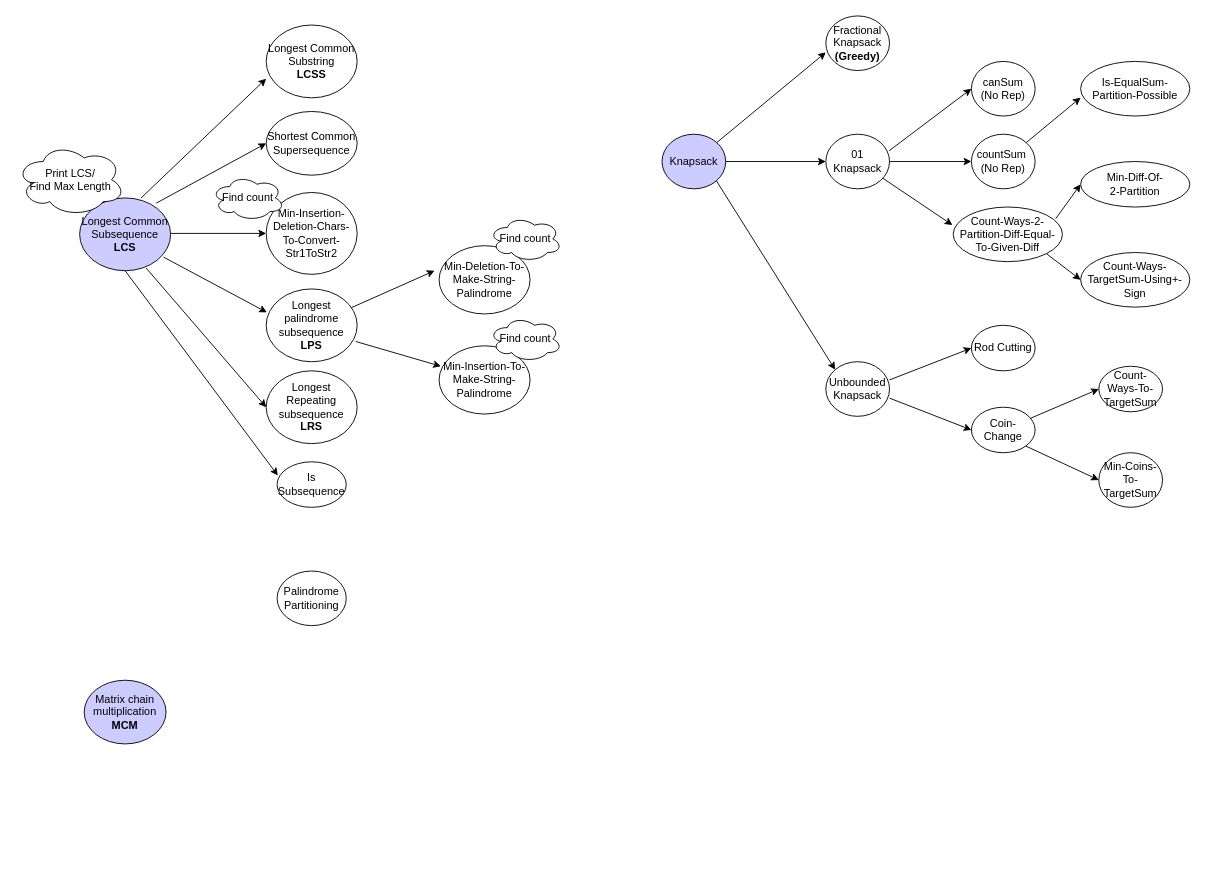
The draw.io diagram resources/dp/DPProblems.drawio in pintub/dataStructure-algo, before the edit. Source tidied: cells renumbered, new cells numbered last; positions are measured from the earlier drawing's top-left corner, leaving out a move shared by most shapes. Both pictures are drawn from the tidied source at 91%, with x=0, y=0 at pixel (15, 15).
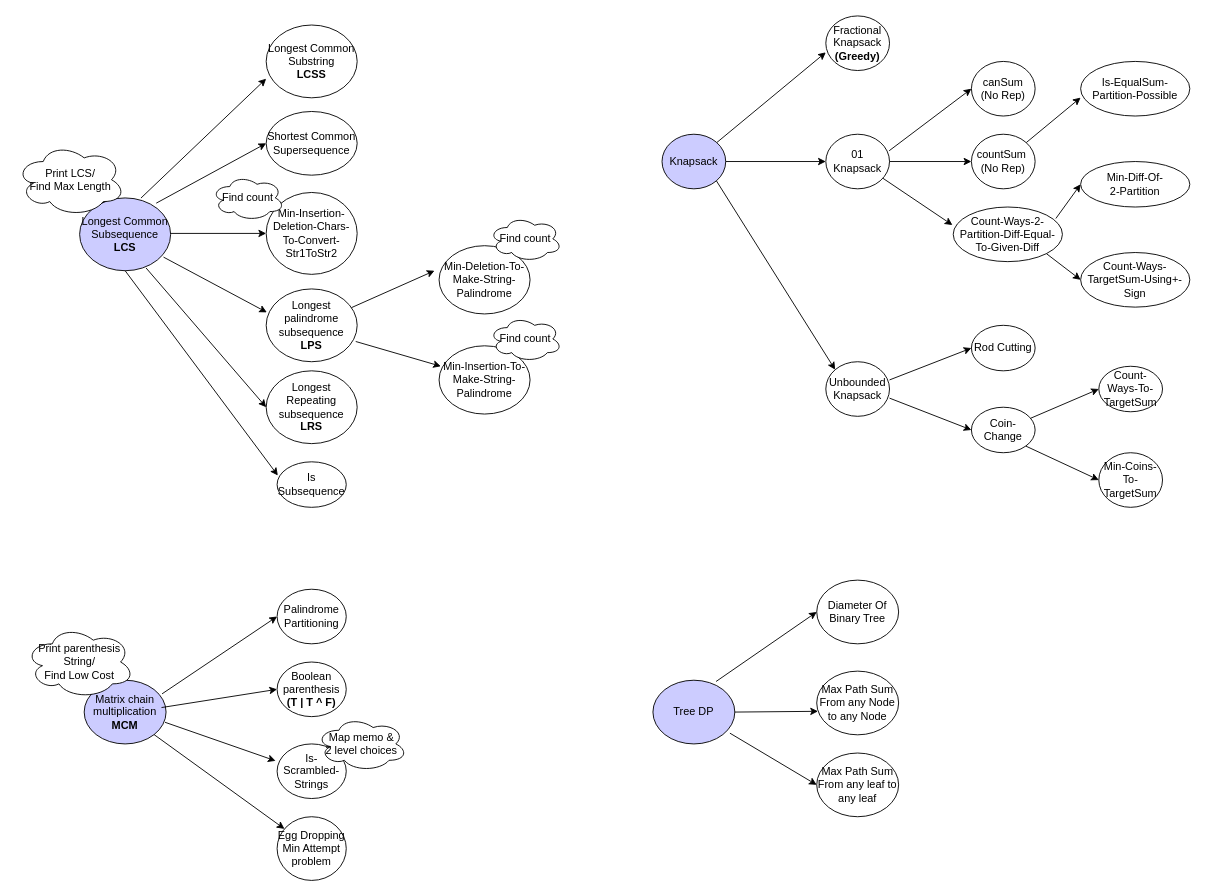
Above is the later version.

Unchanged cells that the change refers to:
```xml
<mxCell id="50" value="Matrix chain multiplication&lt;br&gt;&lt;b&gt;MCM&lt;/b&gt;" style="ellipse;whiteSpace=wrap;html=1;fillColor=#CCCCFF;" parent="1" vertex="1">
  <mxGeometry x="75" y="730" width="90" height="70" as="geometry" />
</mxCell>
```

Change to the diagram source:
```diff
@@
     <mxCell id="51" value="Palindrome Partitioning" style="ellipse;whiteSpace=wrap;html=1;" parent="1" vertex="1">
-      <mxGeometry x="287" y="610" width="76" height="60" as="geometry" />
+      <mxGeometry x="287" y="630" width="76" height="60" as="geometry" />
     </mxCell>
+    <mxCell id="52" value="Print parenthesis String/&lt;br&gt;Find Low Cost" style="ellipse;shape=cloud;whiteSpace=wrap;html=1;" parent="1" vertex="1">
+      <mxGeometry x="10" y="670" width="120" height="80" as="geometry" />
+    </mxCell>
+    <mxCell id="53" value="Boolean parenthesis&lt;br&gt;&lt;b&gt;(T | T ^ F)&lt;/b&gt;" style="ellipse;whiteSpace=wrap;html=1;" parent="1" vertex="1">
+      <mxGeometry x="287" y="710" width="76" height="60" as="geometry" />
+    </mxCell>
+    <mxCell id="54" value="Is-Scrambled-Strings" style="ellipse;whiteSpace=wrap;html=1;" parent="1" vertex="1">
+      <mxGeometry x="287" y="800" width="76" height="60" as="geometry" />
+    </mxCell>
+    <mxCell id="55" value="Map memo &amp;amp;&lt;br&gt;2 level choices" style="ellipse;shape=cloud;whiteSpace=wrap;html=1;" parent="1" vertex="1">
+      <mxGeometry x="330" y="770" width="100" height="60" as="geometry" />
+    </mxCell>
+    <mxCell id="56" value="Egg Dropping Min Attempt problem" style="ellipse;whiteSpace=wrap;html=1;" parent="1" vertex="1">
+      <mxGeometry x="287" y="880" width="76" height="70" as="geometry" />
+    </mxCell>
+    <mxCell id="57" style="endArrow=classic;html=1;rounded=0;exitX=0.951;exitY=0.214;exitDx=0;exitDy=0;exitPerimeter=0;entryX=0;entryY=0.5;entryDx=0;entryDy=0;" parent="1" edge="1" source="50" target="51">
+      <mxGeometry relative="1" as="geometry" />
+    </mxCell>
+    <mxCell id="58" style="endArrow=classic;html=1;rounded=0;entryX=0;entryY=0.5;entryDx=0;entryDy=0;exitX=0.944;exitY=0.429;exitDx=0;exitDy=0;exitPerimeter=0;" parent="1" edge="1" source="50" target="53">
+      <mxGeometry relative="1" as="geometry" />
+    </mxCell>
+    <mxCell id="59" style="endArrow=classic;html=1;rounded=0;exitX=0.987;exitY=0.66;exitDx=0;exitDy=0;exitPerimeter=0;entryX=-0.021;entryY=0.31;entryDx=0;entryDy=0;entryPerimeter=0;" parent="1" edge="1" source="50" target="54">
+      <mxGeometry relative="1" as="geometry" />
+    </mxCell>
+    <mxCell id="60" style="endArrow=classic;html=1;rounded=0;exitX=1;exitY=1;exitDx=0;exitDy=0;" parent="1" edge="1" source="50" target="56">
+      <mxGeometry relative="1" as="geometry" />
+    </mxCell>
+    <mxCell id="61" value="Tree DP" style="ellipse;whiteSpace=wrap;html=1;fillColor=#CCCCFF;" parent="1" vertex="1">
+      <mxGeometry x="700" y="730" width="90" height="70" as="geometry" />
+    </mxCell>
+    <mxCell id="62" value="Diameter Of Binary Tree" style="ellipse;whiteSpace=wrap;html=1;fillColor=#FFFFFF;" parent="1" vertex="1">
+      <mxGeometry x="880" y="620" width="90" height="70" as="geometry" />
+    </mxCell>
+    <mxCell id="63" value="Max Path Sum From any Node to any Node" style="ellipse;whiteSpace=wrap;html=1;fillColor=#FFFFFF;" parent="1" vertex="1">
+      <mxGeometry x="880" y="720" width="90" height="70" as="geometry" />
+    </mxCell>
+    <mxCell id="64" value="Max Path Sum From any leaf to any leaf" style="ellipse;whiteSpace=wrap;html=1;fillColor=#FFFFFF;" parent="1" vertex="1">
+      <mxGeometry x="880" y="810" width="90" height="70" as="geometry" />
+    </mxCell>
+    <mxCell id="65" style="endArrow=classic;html=1;rounded=0;entryX=0;entryY=0.5;entryDx=0;entryDy=0;exitX=0.771;exitY=0.02;exitDx=0;exitDy=0;exitPerimeter=0;" parent="1" edge="1" source="61" target="62">
+      <mxGeometry relative="1" as="geometry" />
+    </mxCell>
+    <mxCell id="66" style="endArrow=classic;html=1;rounded=0;exitX=1;exitY=0.5;exitDx=0;exitDy=0;entryX=0.016;entryY=0.631;entryDx=0;entryDy=0;entryPerimeter=0;" parent="1" edge="1" source="61" target="63">
+      <mxGeometry relative="1" as="geometry" />
+    </mxCell>
+    <mxCell id="67" style="endArrow=classic;html=1;rounded=0;entryX=0;entryY=0.5;entryDx=0;entryDy=0;exitX=0.94;exitY=0.831;exitDx=0;exitDy=0;exitPerimeter=0;" parent="1" edge="1" source="61" target="64">
+      <mxGeometry relative="1" as="geometry" />
+    </mxCell>
```
